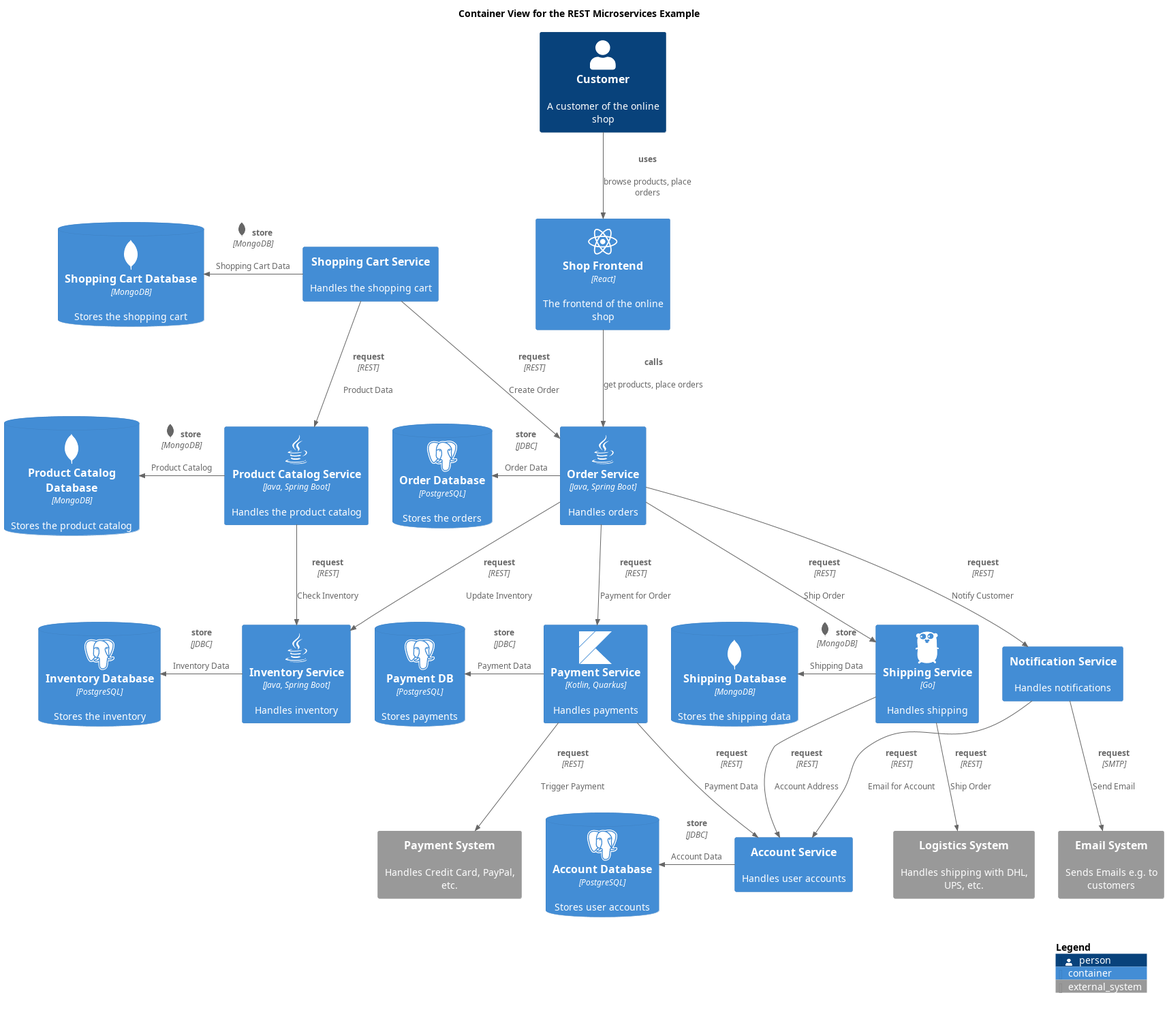
This is docs/software-development/architecture/example/microservices/rest-container-view.png from lsolbach/overarch-models, a PlantUML export, as it was before one commit.
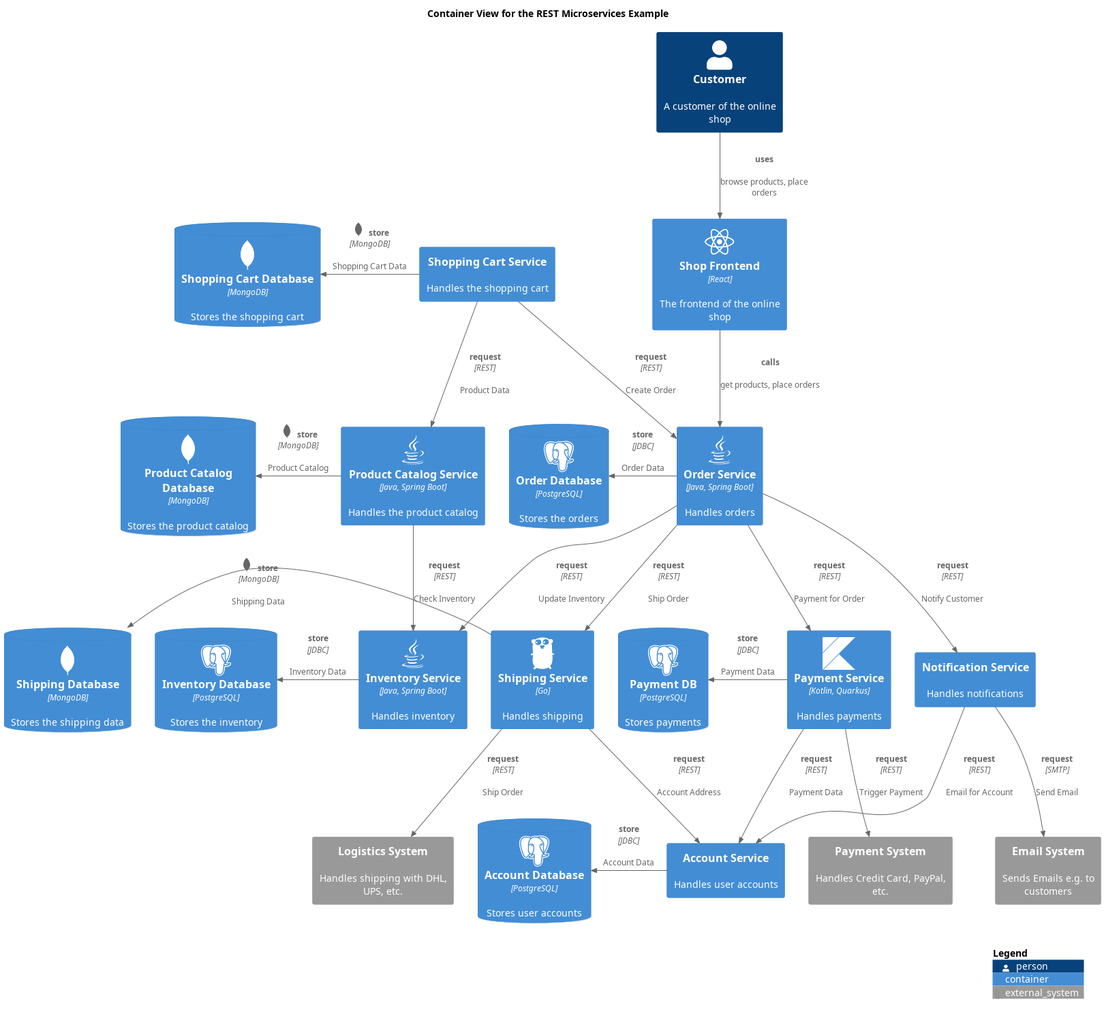
The same diagram one commit later.

Diff of the diagram source:
```diff
@@ -5,12 +5,12 @@
 !include <azure/AzureCommon>
 !include <azure/AzureC4Integration>
 !include <tupadr3/common>
+!include <tupadr3/devicons2/mongodb>
+!include <tupadr3/font-awesome-5/java>
+!include <tupadr3/devicons2/postgresql>
+!include <tupadr3/font-awesome-5/react>
 !include <tupadr3/devicons2/go>
-!include <tupadr3/font-awesome-5/java>
-!include <tupadr3/font-awesome-5/react>
-!include <tupadr3/devicons2/mongodb>
 !include <tupadr3/devicons2/kotlin>
-!include <tupadr3/devicons2/postgresql>
 
 
 
@@ -19,47 +19,47 @@
 
 
 title Container View for the REST Microservices Example
+ContainerDb(softwareDevelopment_architecture_example_microservices_shippingDb, "Shipping Database", $descr="Stores the shipping data", $techn="MongoDB", $sprite="mongodb")
+System_Ext(softwareDevelopment_architecture_example_microservices_logisticsSystem, "Logistics System", $descr="Handles shipping with DHL, UPS, etc.")
+ContainerDb(softwareDevelopment_architecture_example_microservices_productCatalogDb, "Product Catalog Database", $descr="Stores the product catalog", $techn="MongoDB", $sprite="mongodb")
+System_Ext(softwareDevelopment_architecture_example_microservices_paymentSystem, "Payment System", $descr="Handles Credit Card, PayPal, etc.")
+Container(softwareDevelopment_architecture_example_microservices_inventoryService, "Inventory Service", $descr="Handles inventory", $techn="Java, Spring Boot", $sprite="java")
+ContainerDb(softwareDevelopment_architecture_example_microservices_accountDb, "Account Database", $descr="Stores user accounts", $techn="PostgreSQL", $sprite="postgresql")
+Container(softwareDevelopment_architecture_example_microservices_shoppingCartService, "Shopping Cart Service", $descr="Handles the shopping cart")
+Container(softwareDevelopment_architecture_example_microservices_shopFrontend, "Shop Frontend", $descr="The frontend of the online shop", $techn="React", $sprite="react")
+Container(softwareDevelopment_architecture_example_microservices_accountService, "Account Service", $descr="Handles user accounts")
+ContainerDb(softwareDevelopment_architecture_example_microservices_inventoryDb, "Inventory Database", $descr="Stores the inventory", $techn="PostgreSQL", $sprite="postgresql")
+ContainerDb(softwareDevelopment_architecture_example_microservices_shoppingCartDb, "Shopping Cart Database", $descr="Stores the shopping cart", $techn="MongoDB", $sprite="mongodb")
 Container(softwareDevelopment_architecture_example_microservices_shippingService, "Shipping Service", $descr="Handles shipping", $techn="Go", $sprite="go")
-Container(softwareDevelopment_architecture_example_microservices_inventoryService, "Inventory Service", $descr="Handles inventory", $techn="Java, Spring Boot", $sprite="java")
-System_Ext(softwareDevelopment_architecture_example_microservices_logisticsSystem, "Logistics System", $descr="Handles shipping with DHL, UPS, etc.")
-Container(softwareDevelopment_architecture_example_microservices_shopFrontend, "Shop Frontend", $descr="The frontend of the online shop", $techn="React", $sprite="react")
+ContainerDb(softwareDevelopment_architecture_example_microservices_paymentDb, "Payment DB", $descr="Stores payments", $techn="PostgreSQL", $sprite="postgresql")
 Container(softwareDevelopment_architecture_example_microservices_orderService, "Order Service", $descr="Handles orders", $techn="Java, Spring Boot", $sprite="java")
-ContainerDb(softwareDevelopment_architecture_example_microservices_shoppingCartDb, "Shopping Cart Database", $descr="Stores the shopping cart", $techn="MongoDB", $sprite="mongodb")
-ContainerDb(softwareDevelopment_architecture_example_microservices_productCatalogDb, "Product Catalog Database", $descr="Stores the product catalog", $techn="MongoDB", $sprite="mongodb")
-Container(softwareDevelopment_architecture_example_microservices_paymentService, "Payment Service", $descr="Handles payments", $techn="Kotlin, Quarkus", $sprite="kotlin")
-ContainerDb(softwareDevelopment_architecture_example_microservices_shippingDb, "Shipping Database", $descr="Stores the shipping data", $techn="MongoDB", $sprite="mongodb")
-System_Ext(softwareDevelopment_architecture_example_microservices_paymentSystem, "Payment System", $descr="Handles Credit Card, PayPal, etc.")
-Container(softwareDevelopment_architecture_example_microservices_shoppingCartService, "Shopping Cart Service", $descr="Handles the shopping cart")
-Container(softwareDevelopment_architecture_example_microservices_accountService, "Account Service", $descr="Handles user accounts")
-ContainerDb(softwareDevelopment_architecture_example_microservices_paymentDb, "Payment DB", $descr="Stores payments", $techn="PostgreSQL", $sprite="postgresql")
-Container(softwareDevelopment_architecture_example_microservices_productCatalogService, "Product Catalog Service", $descr="Handles the product catalog", $techn="Java, Spring Boot", $sprite="java")
 Container(softwareDevelopment_architecture_example_microservices_notificationService, "Notification Service", $descr="Handles notifications")
 ContainerDb(softwareDevelopment_architecture_example_microservices_orderDb, "Order Database", $descr="Stores the orders", $techn="PostgreSQL", $sprite="postgresql")
+Container(softwareDevelopment_architecture_example_microservices_paymentService, "Payment Service", $descr="Handles payments", $techn="Kotlin, Quarkus", $sprite="kotlin")
 Person(softwareDevelopment_architecture_example_microservices_customer, "Customer", $descr="A customer of the online shop")
 System_Ext(softwareDevelopment_architecture_example_microservices_emailSystem, "Email System", $descr="Sends Emails e.g. to customers")
-ContainerDb(softwareDevelopment_architecture_example_microservices_accountDb, "Account Database", $descr="Stores user accounts", $techn="PostgreSQL", $sprite="postgresql")
-ContainerDb(softwareDevelopment_architecture_example_microservices_inventoryDb, "Inventory Database", $descr="Stores the inventory", $techn="PostgreSQL", $sprite="postgresql")
+Container(softwareDevelopment_architecture_example_microservices_productCatalogService, "Product Catalog Service", $descr="Handles the product catalog", $techn="Java, Spring Boot", $sprite="java")
+Rel(softwareDevelopment_architecture_example_microservices_notificationService, softwareDevelopment_architecture_example_microservices_accountService, "request", $descr="Email for Account", $techn="REST")
+Rel(softwareDevelopment_architecture_example_microservices_notificationService, softwareDevelopment_architecture_example_microservices_emailSystem, "request", $descr="Send Email", $techn="SMTP")
+Rel(softwareDevelopment_architecture_example_microservices_shopFrontend, softwareDevelopment_architecture_example_microservices_orderService, "calls", $descr="get products, place orders")
+Rel_L(softwareDevelopment_architecture_example_microservices_shoppingCartService, softwareDevelopment_architecture_example_microservices_shoppingCartDb, "store", $descr="Shopping Cart Data", $techn="MongoDB", $sprite="mongodb,scale=0.5")
+Rel_L(softwareDevelopment_architecture_example_microservices_inventoryService, softwareDevelopment_architecture_example_microservices_inventoryDb, "store", $descr="Inventory Data", $techn="JDBC")
+Rel(softwareDevelopment_architecture_example_microservices_shoppingCartService, softwareDevelopment_architecture_example_microservices_productCatalogService, "request", $descr="Product Data", $techn="REST")
+Rel(softwareDevelopment_architecture_example_microservices_orderService, softwareDevelopment_architecture_example_microservices_shippingService, "request", $descr="Ship Order", $techn="REST")
+Rel(softwareDevelopment_architecture_example_microservices_orderService, softwareDevelopment_architecture_example_microservices_notificationService, "request", $descr="Notify Customer", $techn="REST")
+Rel_L(softwareDevelopment_architecture_example_microservices_productCatalogService, softwareDevelopment_architecture_example_microservices_productCatalogDb, "store", $descr="Product Catalog", $techn="MongoDB", $sprite="mongodb,scale=0.5")
+Rel(softwareDevelopment_architecture_example_microservices_shoppingCartService, softwareDevelopment_architecture_example_microservices_orderService, "request", $descr="Create Order", $techn="REST")
+Rel_L(softwareDevelopment_architecture_example_microservices_shippingService, softwareDevelopment_architecture_example_microservices_shippingDb, "store", $descr="Shipping Data", $techn="MongoDB", $sprite="mongodb,scale=0.5")
+Rel_L(softwareDevelopment_architecture_example_microservices_paymentService, softwareDevelopment_architecture_example_microservices_paymentDb, "store", $descr="Payment Data", $techn="JDBC")
+Rel(softwareDevelopment_architecture_example_microservices_productCatalogService, softwareDevelopment_architecture_example_microservices_inventoryService, "request", $descr="Check Inventory", $techn="REST")
+Rel(softwareDevelopment_architecture_example_microservices_paymentService, softwareDevelopment_architecture_example_microservices_accountService, "request", $descr="Payment Data", $techn="REST")
+Rel(softwareDevelopment_architecture_example_microservices_shippingService, softwareDevelopment_architecture_example_microservices_logisticsSystem, "request", $descr="Ship Order", $techn="REST")
+Rel_L(softwareDevelopment_architecture_example_microservices_accountService, softwareDevelopment_architecture_example_microservices_accountDb, "store", $descr="Account Data", $techn="JDBC")
+Rel(softwareDevelopment_architecture_example_microservices_shippingService, softwareDevelopment_architecture_example_microservices_accountService, "request", $descr="Account Address", $techn="REST")
+Rel(softwareDevelopment_architecture_example_microservices_customer, softwareDevelopment_architecture_example_microservices_shopFrontend, "uses", $descr="browse products, place orders")
 Rel_L(softwareDevelopment_architecture_example_microservices_orderService, softwareDevelopment_architecture_example_microservices_orderDb, "store", $descr="Order Data", $techn="JDBC")
 Rel(softwareDevelopment_architecture_example_microservices_paymentService, softwareDevelopment_architecture_example_microservices_paymentSystem, "request", $descr="Trigger Payment", $techn="REST")
-Rel(softwareDevelopment_architecture_example_microservices_shopFrontend, softwareDevelopment_architecture_example_microservices_orderService, "calls", $descr="get products, place orders")
 Rel(softwareDevelopment_architecture_example_microservices_orderService, softwareDevelopment_architecture_example_microservices_inventoryService, "request", $descr="Update Inventory", $techn="REST")
-Rel(softwareDevelopment_architecture_example_microservices_notificationService, softwareDevelopment_architecture_example_microservices_accountService, "request", $descr="Email for Account", $techn="REST")
-Rel(softwareDevelopment_architecture_example_microservices_shippingService, softwareDevelopment_architecture_example_microservices_logisticsSystem, "request", $descr="Ship Order", $techn="REST")
-Rel_L(softwareDevelopment_architecture_example_microservices_inventoryService, softwareDevelopment_architecture_example_microservices_inventoryDb, "store", $descr="Inventory Data", $techn="JDBC")
-Rel_L(softwareDevelopment_architecture_example_microservices_productCatalogService, softwareDevelopment_architecture_example_microservices_productCatalogDb, "store", $descr="Product Catalog", $techn="MongoDB", $sprite="mongodb,scale=0.5")
-Rel(softwareDevelopment_architecture_example_microservices_shoppingCartService, softwareDevelopment_architecture_example_microservices_productCatalogService, "request", $descr="Product Data", $techn="REST")
 Rel(softwareDevelopment_architecture_example_microservices_orderService, softwareDevelopment_architecture_example_microservices_paymentService, "request", $descr="Payment for Order", $techn="REST")
-Rel(softwareDevelopment_architecture_example_microservices_shippingService, softwareDevelopment_architecture_example_microservices_accountService, "request", $descr="Account Address", $techn="REST")
-Rel(softwareDevelopment_architecture_example_microservices_shoppingCartService, softwareDevelopment_architecture_example_microservices_orderService, "request", $descr="Create Order", $techn="REST")
-Rel_L(softwareDevelopment_architecture_example_microservices_accountService, softwareDevelopment_architecture_example_microservices_accountDb, "store", $descr="Account Data", $techn="JDBC")
-Rel_L(softwareDevelopment_architecture_example_microservices_shoppingCartService, softwareDevelopment_architecture_example_microservices_shoppingCartDb, "store", $descr="Shopping Cart Data", $techn="MongoDB", $sprite="mongodb,scale=0.5")
-Rel(softwareDevelopment_architecture_example_microservices_orderService, softwareDevelopment_architecture_example_microservices_notificationService, "request", $descr="Notify Customer", $techn="REST")
-Rel(softwareDevelopment_architecture_example_microservices_notificationService, softwareDevelopment_architecture_example_microservices_emailSystem, "request", $descr="Send Email", $techn="SMTP")
-Rel(softwareDevelopment_architecture_example_microservices_customer, softwareDevelopment_architecture_example_microservices_shopFrontend, "uses", $descr="browse products, place orders")
-Rel_L(softwareDevelopment_architecture_example_microservices_paymentService, softwareDevelopment_architecture_example_microservices_paymentDb, "store", $descr="Payment Data", $techn="JDBC")
-Rel_L(softwareDevelopment_architecture_example_microservices_shippingService, softwareDevelopment_architecture_example_microservices_shippingDb, "store", $descr="Shipping Data", $techn="MongoDB", $sprite="mongodb,scale=0.5")
-Rel(softwareDevelopment_architecture_example_microservices_paymentService, softwareDevelopment_architecture_example_microservices_accountService, "request", $descr="Payment Data", $techn="REST")
-Rel(softwareDevelopment_architecture_example_microservices_orderService, softwareDevelopment_architecture_example_microservices_shippingService, "request", $descr="Ship Order", $techn="REST")
-Rel(softwareDevelopment_architecture_example_microservices_productCatalogService, softwareDevelopment_architecture_example_microservices_inventoryService, "request", $descr="Check Inventory", $techn="REST")
 SHOW_LEGEND()
 @enduml
```
